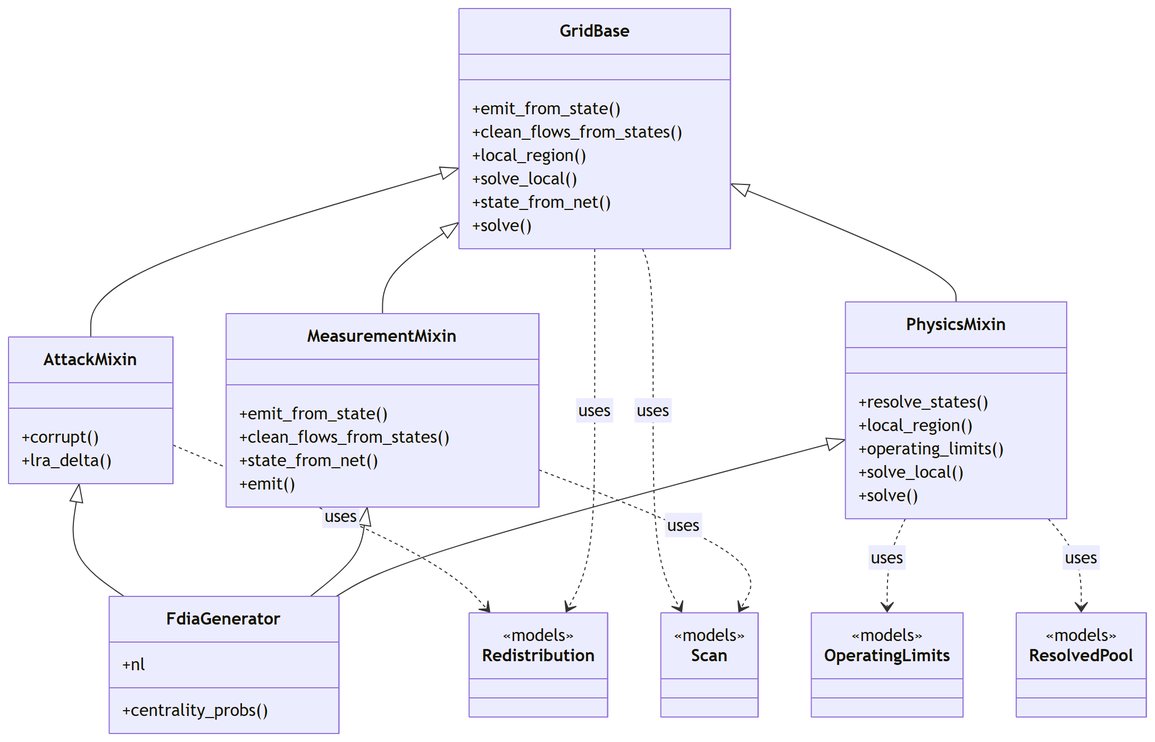
Earlier version of the Mermaid export docs/figures/diagrams/classes_engine.png (myersben9/fdia-graph). Its source is kept beside it as docs/figures/diagrams/classes_engine.mmd. Source of this version:
```mermaid
classDiagram
    class GridBase {
        +emit_from_state()
        +clean_flows_from_states()
        +local_region()
        +solve_local()
        +state_from_net()
        +solve()
    }
    class MeasurementMixin {
        +emit_from_state()
        +clean_flows_from_states()
        +state_from_net()
        +emit()
    }
    class PhysicsMixin {
        +resolve_states()
        +local_region()
        +operating_limits()
        +solve_local()
        +solve()
    }
    class AttackMixin {
        +corrupt()
        +lra_delta()
    }
    class FdiaGenerator {
        +nl
        +centrality_probs()
    }
    class OperatingLimits {
        <<models>>
    }
    class Redistribution {
        <<models>>
    }
    class ResolvedPool {
        <<models>>
    }
    class Scan {
        <<models>>
    }
    AttackMixin <|-- FdiaGenerator
    GridBase <|-- AttackMixin
    GridBase <|-- MeasurementMixin
    GridBase <|-- PhysicsMixin
    MeasurementMixin <|-- FdiaGenerator
    PhysicsMixin <|-- FdiaGenerator
    AttackMixin ..> Redistribution : uses
    GridBase ..> Redistribution : uses
    GridBase ..> Scan : uses
    MeasurementMixin ..> Scan : uses
    PhysicsMixin ..> OperatingLimits : uses
    PhysicsMixin ..> ResolvedPool : uses
```
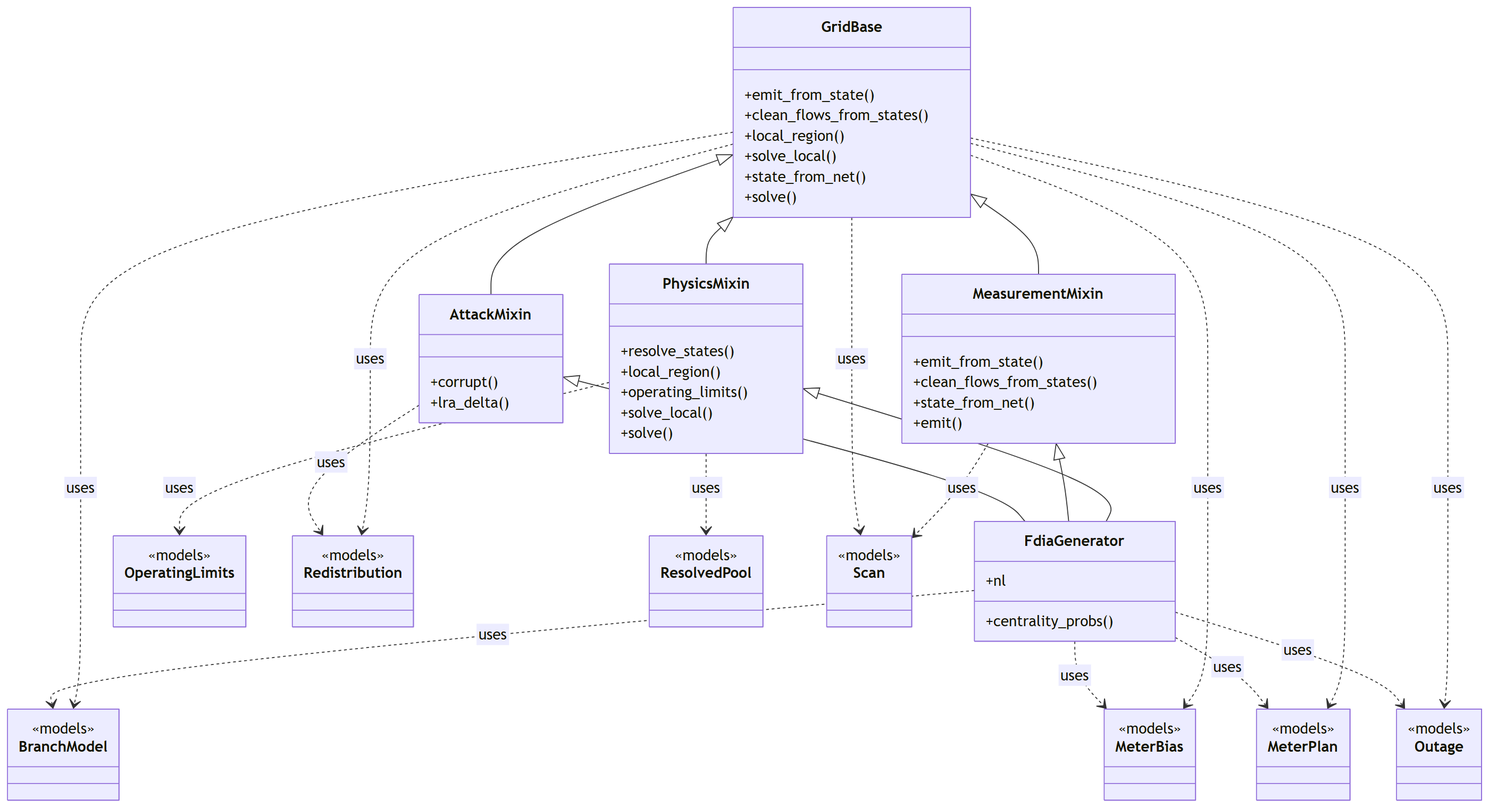
Above is the later version.

Commit message:
class_diagrams: the column-index tuples are filtered by name, so the grid models keep their edges

What changed in the source:
```diff
@@ -28,7 +28,19 @@
         +nl
         +centrality_probs()
     }
+    class BranchModel {
+        <<models>>
+    }
+    class MeterBias {
+        <<models>>
+    }
+    class MeterPlan {
+        <<models>>
+    }
     class OperatingLimits {
+        <<models>>
+    }
+    class Outage {
         <<models>>
     }
     class Redistribution {
@@ -47,6 +59,14 @@
     MeasurementMixin <|-- FdiaGenerator
     PhysicsMixin <|-- FdiaGenerator
     AttackMixin ..> Redistribution : uses
+    FdiaGenerator ..> BranchModel : uses
+    FdiaGenerator ..> MeterBias : uses
+    FdiaGenerator ..> MeterPlan : uses
+    FdiaGenerator ..> Outage : uses
+    GridBase ..> BranchModel : uses
+    GridBase ..> MeterBias : uses
+    GridBase ..> MeterPlan : uses
+    GridBase ..> Outage : uses
     GridBase ..> Redistribution : uses
     GridBase ..> Scan : uses
     MeasurementMixin ..> Scan : uses
```
